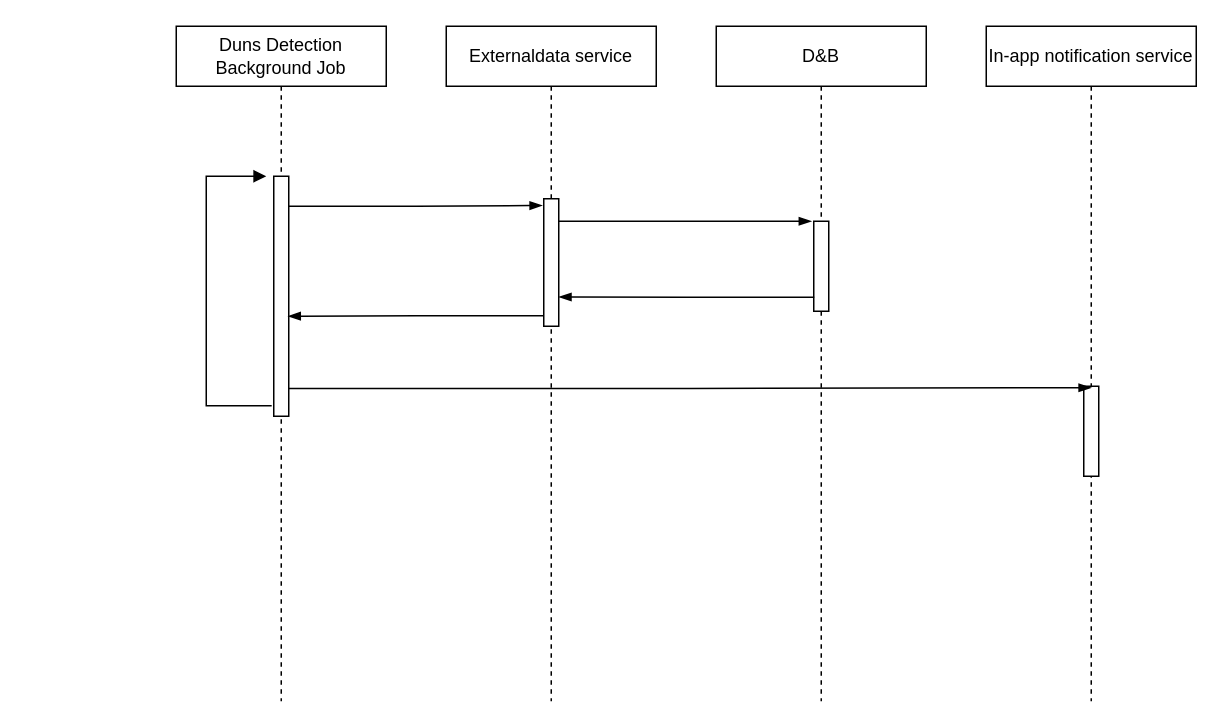
The draw.io diagram Untitled Diagram.drawio in huangshijie/Drawio, before the edit. Source tidied: cells renumbered, new cells numbered last; positions are measured from the earlier drawing's top-left corner, leaving out a move shared by most shapes. Both pictures are drawn from the tidied source at 150%, with x=0, y=0 at pixel (176, 26).
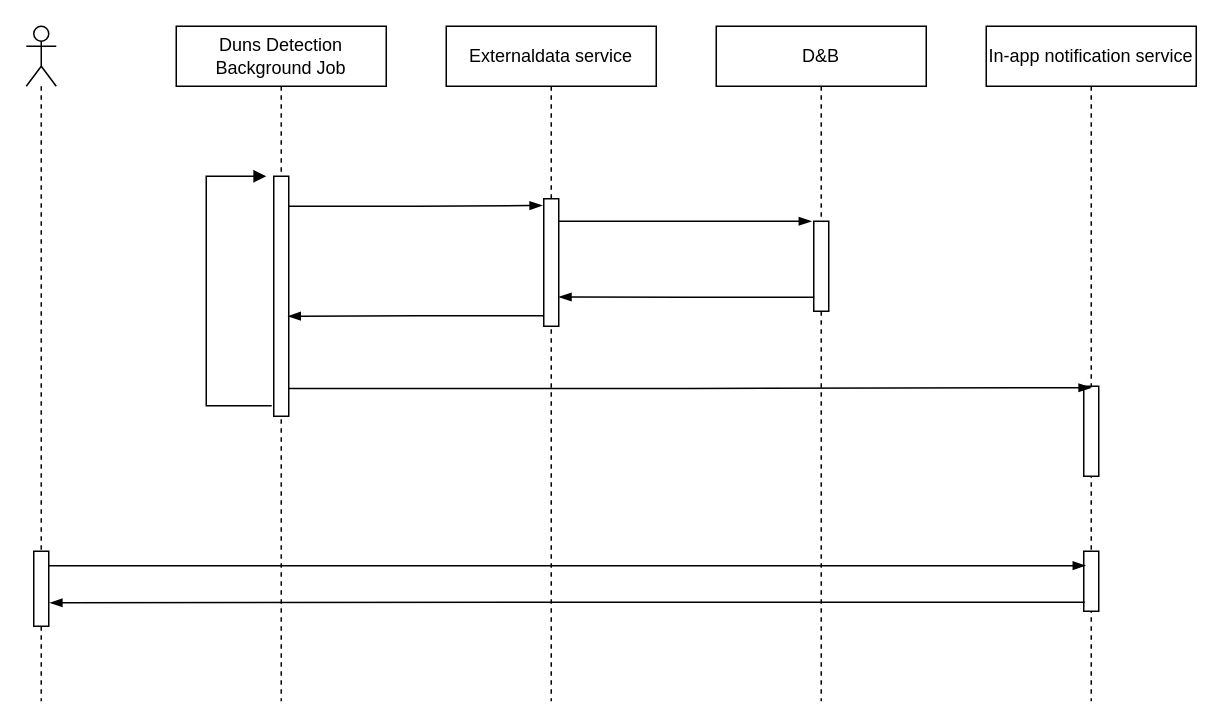
Above is the later version.

The change refers to these unchanged cells:
```xml
<mxCell id="11" value="In-app notification service" style="shape=umlLifeline;perimeter=lifelinePerimeter;whiteSpace=wrap;html=1;" parent="1" vertex="1">
  <mxGeometry x="540" width="140" height="450" as="geometry" />
</mxCell>
```

Change to the diagram source:
```diff
@@
+    <mxCell id="16" style="html=1;points=[];perimeter=orthogonalPerimeter;" parent="11" vertex="1">
+      <mxGeometry x="65" y="350" width="10" height="40" as="geometry" />
+    </mxCell>
@@
+    <mxCell id="17" style="shape=umlLifeline;participant=umlActor;perimeter=lifelinePerimeter;whiteSpace=wrap;html=1;verticalAlign=top;spacingTop=36;" parent="1" vertex="1">
+      <mxGeometry x="-100" width="20" height="450" as="geometry" />
+    </mxCell>
+    <mxCell id="18" style="html=1;points=[];perimeter=orthogonalPerimeter;" parent="17" vertex="1">
+      <mxGeometry x="5" y="350" width="10" height="50" as="geometry" />
+    </mxCell>
+    <mxCell id="19" style="edgeStyle=elbowEdgeStyle;fontSize=12;html=1;endArrow=blockThin;endFill=1;rounded=0;exitX=0.971;exitY=0.192;exitDx=0;exitDy=0;exitPerimeter=0;entryX=0.114;entryY=0.24;entryDx=0;entryDy=0;entryPerimeter=0;" parent="1" edge="1" source="18" target="16">
+      <mxGeometry relative="1" as="geometry" />
+    </mxCell>
+    <mxCell id="20" style="edgeStyle=elbowEdgeStyle;fontSize=12;html=1;endArrow=blockThin;endFill=1;rounded=0;entryX=1.067;entryY=0.688;entryDx=0;entryDy=0;entryPerimeter=0;exitX=0.067;exitY=0.848;exitDx=0;exitDy=0;exitPerimeter=0;" parent="1" edge="1" source="16" target="18">
+      <mxGeometry relative="1" as="geometry">
+        <Array as="points">
+          <mxPoint x="220" y="390" />
+        </Array>
+      </mxGeometry>
+    </mxCell>
```
